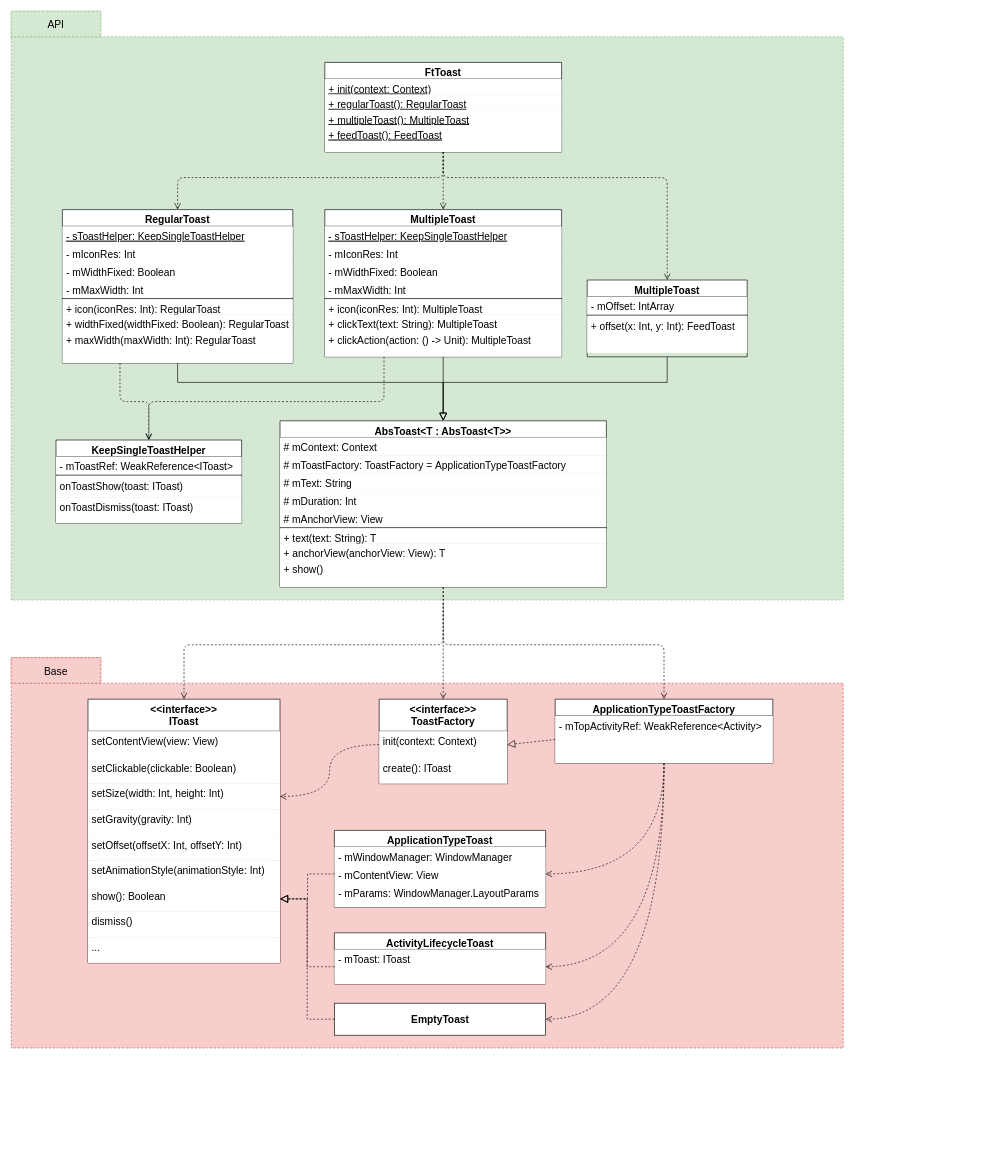
Earlier version of the draw.io diagram toastdemo/Toast.drawio (EricHyh/KtDemoCollection). Source tidied: cells renumbered, new cells numbered last; positions are measured from the earlier drawing's top-left corner, leaving out a move shared by most shapes. Both pictures are drawn from the tidied source at 64%, with x=0, y=0 at pixel (11, 11).
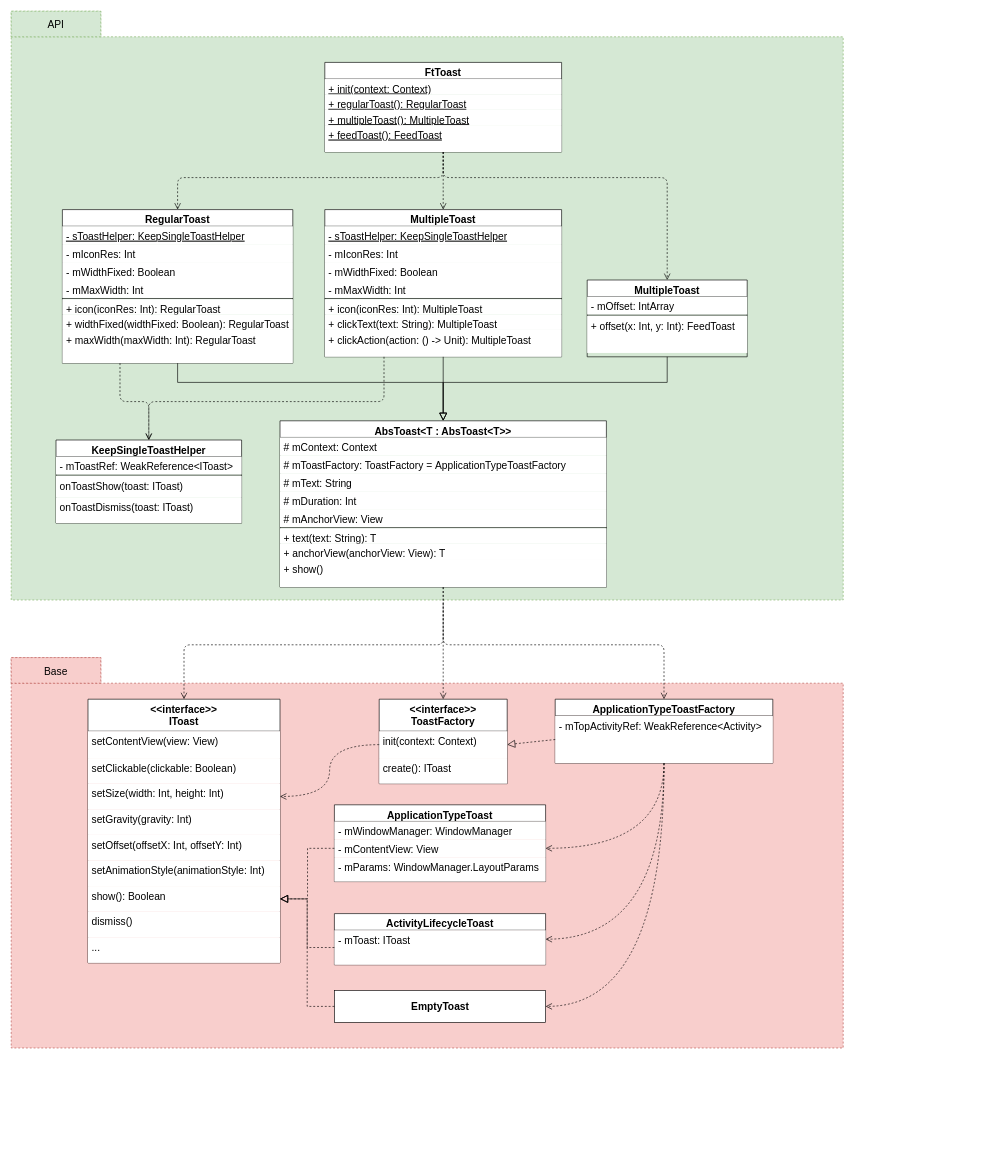
The same diagram, later.

The change refers to these unchanged cells:
```xml
<mxCell id="7" value="ApplicationTypeToastFactory" style="swimlane;fontStyle=1;align=center;verticalAlign=top;horizontal=1;startSize=26;rounded=0;shadow=0;strokeWidth=1;fontSize=16;fillColor=#FFFFFF;" parent="1" vertex="1">
  <mxGeometry x="850" y="1075" width="340" height="100" as="geometry" />
</mxCell>
<mxCell id="71" value="- mToast: IToast" style="text;align=left;verticalAlign=top;spacingLeft=4;spacingRight=4;overflow=hidden;points=[[0,0.5],[1,0.5]];portConstraint=eastwest;rounded=0;shadow=0;html=0;fontSize=16;fillColor=#ffffff;" parent="70" vertex="1">
  <mxGeometry y="26" width="330" height="54" as="geometry" />
</mxCell>
```

Change to the diagram source:
```diff
@@
     <mxCell id="9" value="ApplicationTypeToast" style="swimlane;fontStyle=1;align=center;verticalAlign=top;horizontal=1;startSize=26;rounded=0;shadow=0;strokeWidth=1;fontSize=16;" parent="1" vertex="1">
-      <mxGeometry x="505" y="1280" width="330" height="120" as="geometry" />
+      <mxGeometry x="505" y="1240" width="330" height="120" as="geometry" />
     </mxCell>
@@
     <mxCell id="63" value="&lt;b style=&quot;font-size: 16px&quot;&gt;&lt;font style=&quot;font-size: 16px&quot;&gt;EmptyToast&lt;br&gt;&lt;/font&gt;&lt;/b&gt;" style="html=1;fontSize=16;" parent="1" vertex="1">
-      <mxGeometry x="505" y="1550" width="330" height="50" as="geometry" />
+      <mxGeometry x="505" y="1530" width="330" height="50" as="geometry" />
     </mxCell>
@@
     <mxCell id="70" value="ActivityLifecycleToast" style="swimlane;fontStyle=1;align=center;verticalAlign=top;horizontal=1;startSize=26;rounded=0;shadow=0;strokeWidth=1;fontSize=16;" parent="1" vertex="1">
-      <mxGeometry x="505" y="1440" width="330" height="80" as="geometry" />
+      <mxGeometry x="505" y="1410" width="330" height="80" as="geometry" />
     </mxCell>
@@
-    <mxCell id="73" style="html=1;verticalAlign=bottom;endArrow=open;dashed=1;endSize=8;fontSize=16;exitX=0.5;exitY=1;exitDx=0;exitDy=0;entryX=1;entryY=0.5;entryDx=0;entryDy=0;edgeStyle=orthogonalEdgeStyle;curved=1;" parent="1" edge="1" source="7" target="71">
+    <mxCell id="73" style="html=1;verticalAlign=bottom;endArrow=open;dashed=1;endSize=8;fontSize=16;exitX=0.5;exitY=1;exitDx=0;exitDy=0;entryX=1;entryY=0.5;entryDx=0;entryDy=0;edgeStyle=orthogonalEdgeStyle;curved=1;" parent="1" edge="1" source="7" target="70">
       <mxGeometry y="-60" relative="1" as="geometry" />
     </mxCell>
-    <mxCell id="74" style="html=1;verticalAlign=bottom;endArrow=open;dashed=1;endSize=8;fontSize=16;exitX=0.5;exitY=1;exitDx=0;exitDy=0;entryX=1;entryY=0.5;entryDx=0;entryDy=0;edgeStyle=orthogonalEdgeStyle;curved=1;" parent="1" edge="1" source="7" target="63">
+    <mxCell id="74" style="html=1;verticalAlign=bottom;endArrow=open;dashed=1;endSize=8;fontSize=16;exitX=0.5;exitY=1;exitDx=0;exitDy=0;edgeStyle=orthogonalEdgeStyle;entryX=1;entryY=0.5;entryDx=0;entryDy=0;curved=1;" parent="1" edge="1" source="7" target="63">
       <mxGeometry y="-60" relative="1" as="geometry" />
     </mxCell>
```
